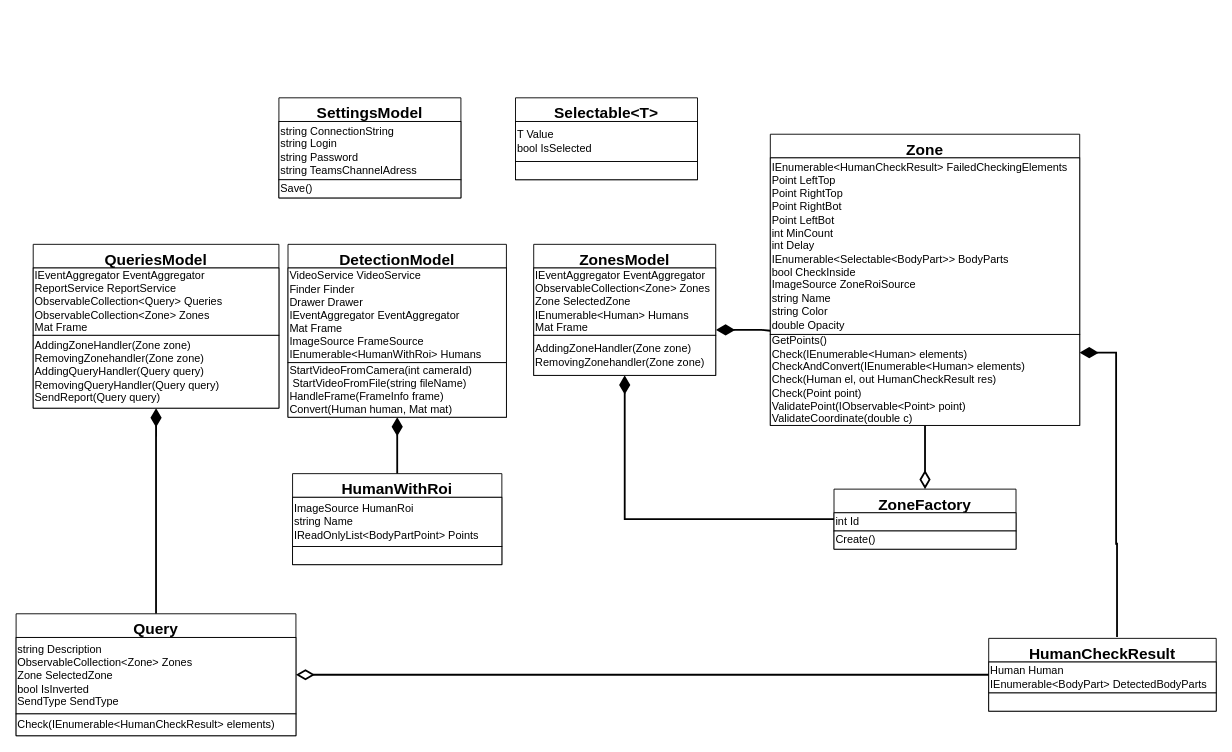
Earlier version of the draw.io diagram page "Models" (1 of 11) of Engineering/Packets-detailed.drawio (GoldGreen/Skeletonization). Source tidied: cells renumbered, new cells numbered last; positions are measured from the earlier drawing's top-left corner, leaving out a move shared by most shapes. Both pictures are drawn from the tidied source at 91%, with x=0, y=0 at pixel (15, 97).
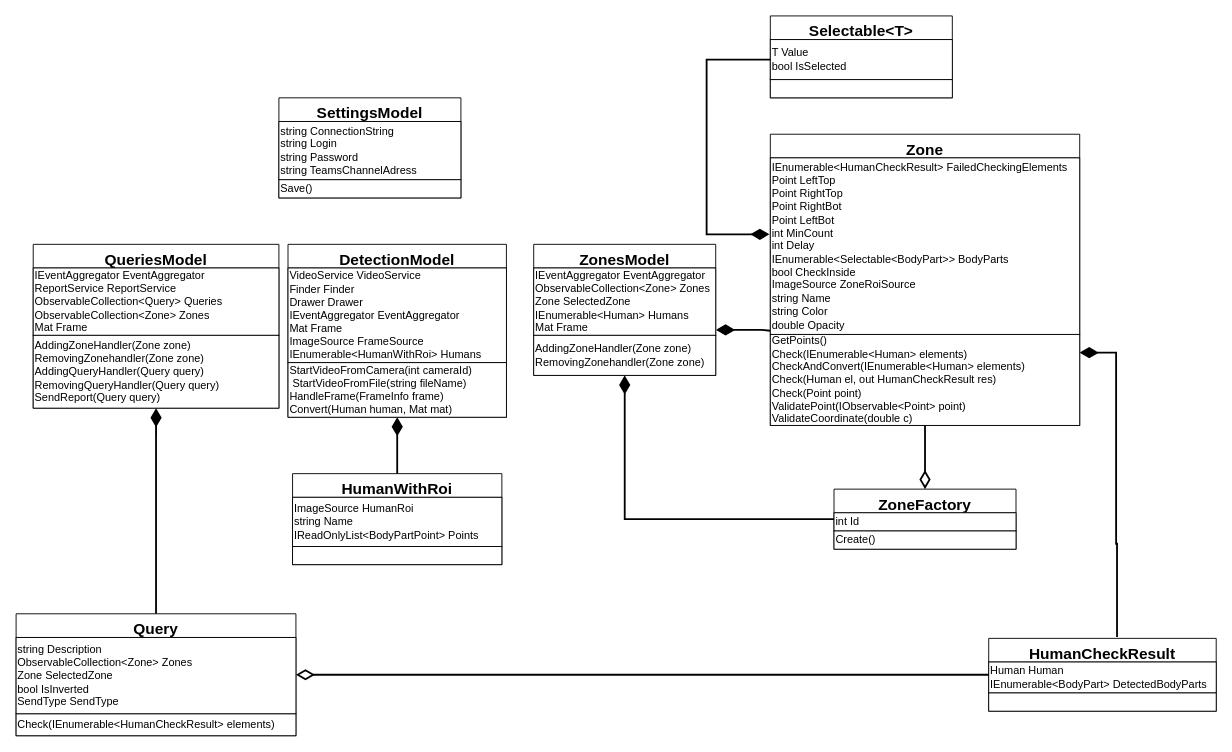
Above is the later version.

Unchanged cells that the change refers to:
```xml
<mxCell id="34" value="T Value&lt;br&gt;bool IsSelected" style="rounded=0;whiteSpace=wrap;html=1;fontFamily=Helvetica;fontSize=12;fontColor=default;startSize=26;strokeColor=default;fillColor=default;align=left;" parent="33" vertex="1">
  <mxGeometry y="26" width="200" height="44" as="geometry" />
</mxCell>
```

Change to the diagram source:
```diff
@@
     <mxCell id="33" value="Selectable&lt;T&gt;" style="swimlane;fontStyle=1;align=center;verticalAlign=top;horizontal=1;startSize=26;fontSize=17;" parent="1" vertex="1">
-      <mxGeometry x="549" width="200" height="90" as="geometry" />
+      <mxGeometry x="829" y="-90" width="200" height="90" as="geometry" />
     </mxCell>
@@
+    <mxCell id="40" style="edgeStyle=orthogonalEdgeStyle;rounded=0;jettySize=auto;html=1;entryX=0;entryY=0.5;entryDx=0;entryDy=0;fontSize=17;endArrow=none;endFill=0;startSize=15;endSize=14;strokeWidth=2;startArrow=diamondThin;startFill=1;" parent="1" edge="1" target="34">
+      <mxGeometry x="0.08" relative="1" as="geometry">
+        <mxPoint x="828" y="150" as="sourcePoint" />
+        <Array as="points">
+          <mxPoint x="828" y="150" />
+          <mxPoint x="759" y="150" />
+          <mxPoint x="759" y="-42" />
+        </Array>
+      </mxGeometry>
+    </mxCell>
```
